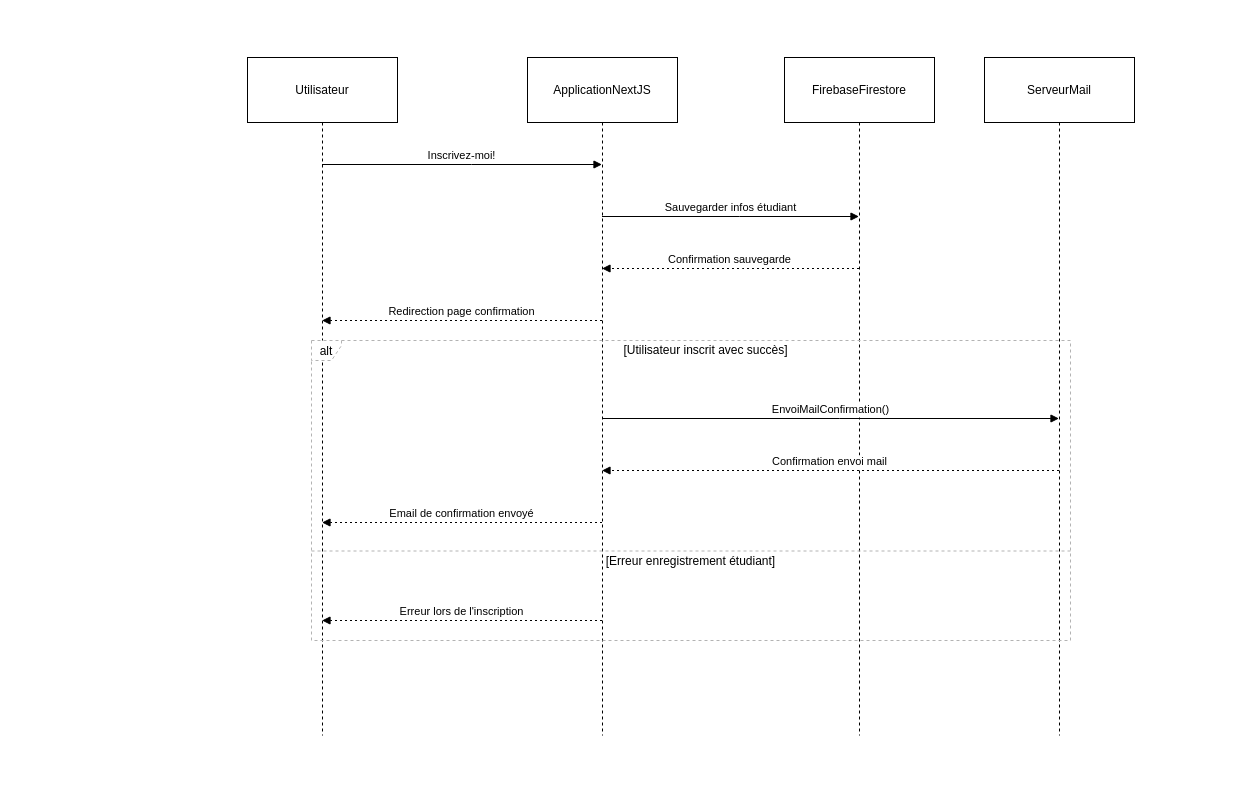
Pelpav/alimentation keeps this draw.io diagram as Inscription Etudiant.drawio. Above is the earlier version. Source tidied: cells renumbered, new cells numbered last; positions are measured from the earlier drawing's top-left corner, leaving out a move shared by most shapes. Both pictures are drawn from the tidied source at 100%, with x=0, y=0 at pixel (247, 57).
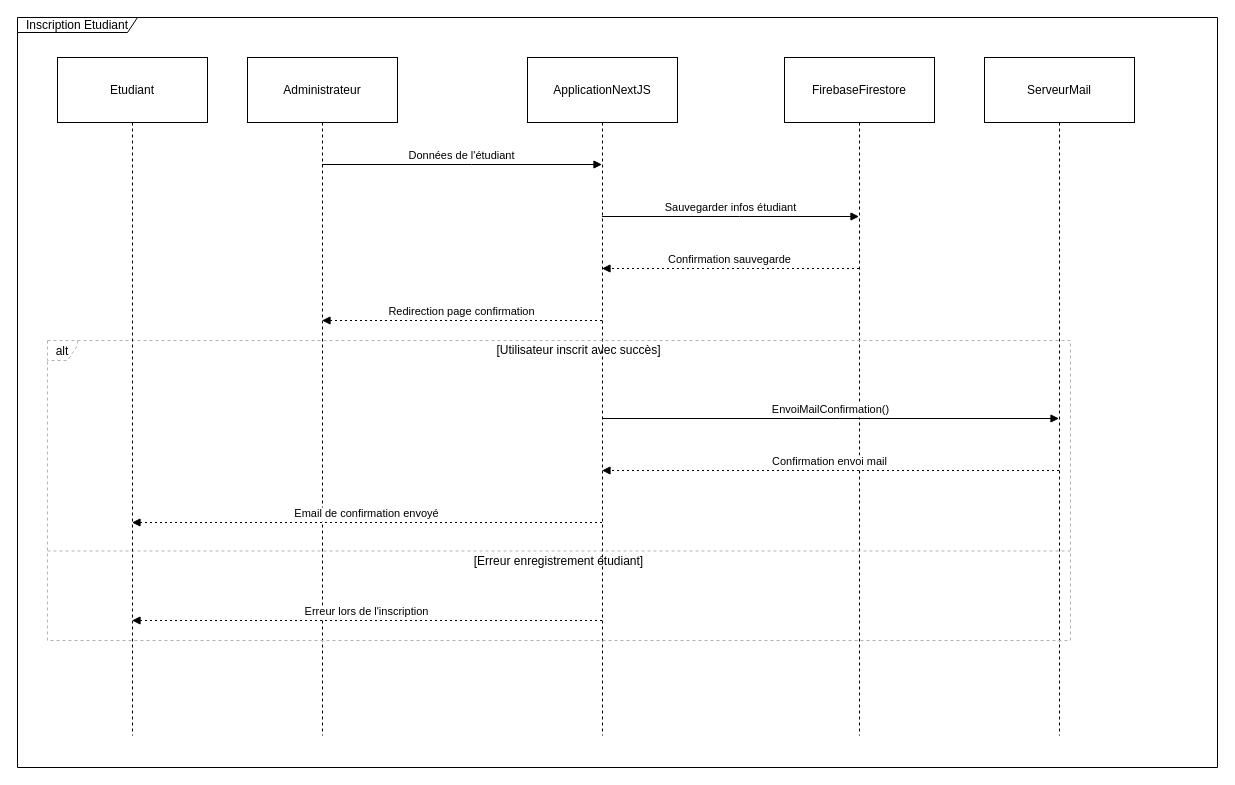
After the change.

Commit message:
Mettre à jour Inscription Etudiant.drawio

Unchanged cells that the change refers to:
```xml
<mxCell id="3" value="ApplicationNextJS" style="shape=umlLifeline;perimeter=lifelinePerimeter;whiteSpace=wrap;outlineConnect=0;portConstraint=eastwest;newEdgeStyle={&quot;edgeStyle&quot;:&quot;elbowEdgeStyle&quot;,&quot;elbow&quot;:&quot;vertical&quot;,&quot;curved&quot;:0,&quot;rounded&quot;:0};size=65;" parent="1" vertex="1">
  <mxGeometry x="280" width="150" height="678" as="geometry" />
</mxCell>
```

Change to the diagram source:
```diff
@@
-    <mxCell id="2" value="Utilisateur" style="shape=umlLifeline;perimeter=lifelinePerimeter;whiteSpace=wrap;outlineConnect=0;portConstraint=eastwest;newEdgeStyle={&quot;edgeStyle&quot;:&quot;elbowEdgeStyle&quot;,&quot;elbow&quot;:&quot;vertical&quot;,&quot;curved&quot;:0,&quot;rounded&quot;:0};size=65;" parent="1" vertex="1">
+    <mxCell id="2" value="Administrateur" style="shape=umlLifeline;perimeter=lifelinePerimeter;whiteSpace=wrap;outlineConnect=0;portConstraint=eastwest;newEdgeStyle={&quot;edgeStyle&quot;:&quot;elbowEdgeStyle&quot;,&quot;elbow&quot;:&quot;vertical&quot;,&quot;curved&quot;:0,&quot;rounded&quot;:0};size=65;" parent="1" vertex="1">
       <mxGeometry width="150" height="678" as="geometry" />
     </mxCell>
@@
     <mxCell id="6" value="alt" style="shape=umlFrame;dashed=1;strokeColor=#B3B3B3;height=20;width=30;" parent="1" vertex="1">
-      <mxGeometry x="64" y="283" width="759" height="300" as="geometry" />
+      <mxGeometry x="-200" y="283" width="1023" height="300" as="geometry" />
     </mxCell>
     <mxCell id="7" value="[Utilisateur inscrit avec succès]" style="text;strokeColor=none;fillColor=none;align=center;verticalAlign=middle;whiteSpace=wrap;" parent="6" vertex="1">
-      <mxGeometry x="30" width="729" height="20" as="geometry" />
+      <mxGeometry x="40.4" width="982.6" height="20" as="geometry" />
     </mxCell>
     <mxCell id="8" value="[Erreur enregistrement étudiant]" style="shape=line;dashed=1;whiteSpace=wrap;verticalAlign=top;labelPosition=center;verticalLabelPosition=middle;align=center;strokeColor=#B3B3B3;" parent="6" vertex="1">
-      <mxGeometry y="207" width="759" height="7" as="geometry" />
+      <mxGeometry y="207" width="1023" height="7" as="geometry" />
     </mxCell>
-    <mxCell id="9" value="Inscrivez-moi!" style="verticalAlign=bottom;edgeStyle=elbowEdgeStyle;elbow=vertical;curved=0;rounded=0;endArrow=block;" parent="1" edge="1" source="2" target="3">
+    <mxCell id="9" value="Données de l'étudiant" style="verticalAlign=bottom;edgeStyle=elbowEdgeStyle;elbow=vertical;curved=0;rounded=0;endArrow=block;" parent="1" edge="1" source="2" target="3">
       <mxGeometry relative="1" as="geometry">
         <Array as="points">
           <mxPoint x="224" y="107" />
         </Array>
       </mxGeometry>
     </mxCell>
@@
-    <mxCell id="15" value="Email de confirmation envoyé" style="verticalAlign=bottom;edgeStyle=elbowEdgeStyle;elbow=vertical;curved=0;rounded=0;dashed=1;dashPattern=2 3;endArrow=block;" parent="1" edge="1" source="3" target="2">
+    <mxCell id="15" value="Email de confirmation envoyé" style="verticalAlign=bottom;edgeStyle=elbowEdgeStyle;elbow=vertical;curved=0;rounded=0;dashed=1;dashPattern=2 3;endArrow=block;" parent="1" edge="1" source="3" target="18">
       <mxGeometry relative="1" as="geometry">
         <Array as="points">
           <mxPoint x="227" y="465" />
         </Array>
       </mxGeometry>
     </mxCell>
-    <mxCell id="16" value="Erreur lors de l'inscription" style="verticalAlign=bottom;edgeStyle=elbowEdgeStyle;elbow=vertical;curved=0;rounded=0;dashed=1;dashPattern=2 3;endArrow=block;" parent="1" edge="1" source="3" target="2">
+    <mxCell id="16" value="Erreur lors de l'inscription" style="verticalAlign=bottom;edgeStyle=elbowEdgeStyle;elbow=vertical;curved=0;rounded=0;dashed=1;dashPattern=2 3;endArrow=block;" parent="1" edge="1" source="3" target="18">
       <mxGeometry relative="1" as="geometry">
         <Array as="points">
           <mxPoint x="227" y="563" />
         </Array>
       </mxGeometry>
     </mxCell>
+    <mxCell id="17" value="Inscription Etudiant" style="shape=umlFrame;whiteSpace=wrap;html=1;width=120;height=15;" parent="1" vertex="1">
+      <mxGeometry x="-230" y="-40" width="1200" height="750" as="geometry" />
+    </mxCell>
+    <mxCell id="18" value="Etudiant" style="shape=umlLifeline;perimeter=lifelinePerimeter;whiteSpace=wrap;outlineConnect=0;portConstraint=eastwest;newEdgeStyle={&quot;edgeStyle&quot;:&quot;elbowEdgeStyle&quot;,&quot;elbow&quot;:&quot;vertical&quot;,&quot;curved&quot;:0,&quot;rounded&quot;:0};size=65;" parent="1" vertex="1">
+      <mxGeometry x="-190" width="150" height="678" as="geometry" />
+    </mxCell>
```
